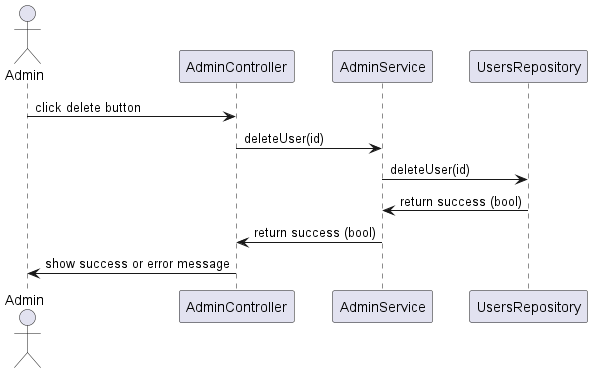
Waarrez/Blog-PHP-Projet-Openclassrooms keeps this PlantUML diagram as diagrammes/diagrammes de séquences/admin_delete_user.png. Above is the earlier version.
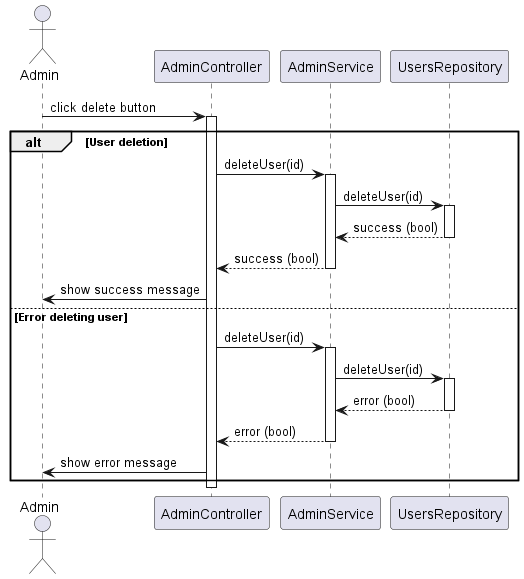
After the change.

Diff of the diagram source:
```diff
@@ -1,13 +1,43 @@
 @startuml
+
 actor Admin
 participant AdminController
 participant AdminService
 participant UsersRepository
 
 Admin -> AdminController : click delete button
-AdminController -> AdminService : deleteUser(id)
-AdminService -> UsersRepository : deleteUser(id)
-UsersRepository -> AdminService : return success (bool)
-AdminService -> AdminController : return success (bool)
-AdminController -> Admin : show success or error message
+activate AdminController
+
+alt User deletion
+    AdminController -> AdminService : deleteUser(id)
+    activate AdminService
+
+    AdminService -> UsersRepository : deleteUser(id)
+    activate UsersRepository
+
+    UsersRepository --> AdminService : success (bool)
+    deactivate UsersRepository
+
+    AdminService --> AdminController : success (bool)
+    deactivate AdminService
+
+    AdminController -> Admin : show success message
+else Error deleting user
+    AdminController -> AdminService : deleteUser(id)
+    activate AdminService
+
+    AdminService -> UsersRepository : deleteUser(id)
+    activate UsersRepository
+
+    UsersRepository --> AdminService : error (bool)
+    deactivate UsersRepository
+
+    AdminService --> AdminController : error (bool)
+    deactivate AdminService
+
+    AdminController -> Admin : show error message
+end
+
+deactivate AdminController
+
 @enduml
```
